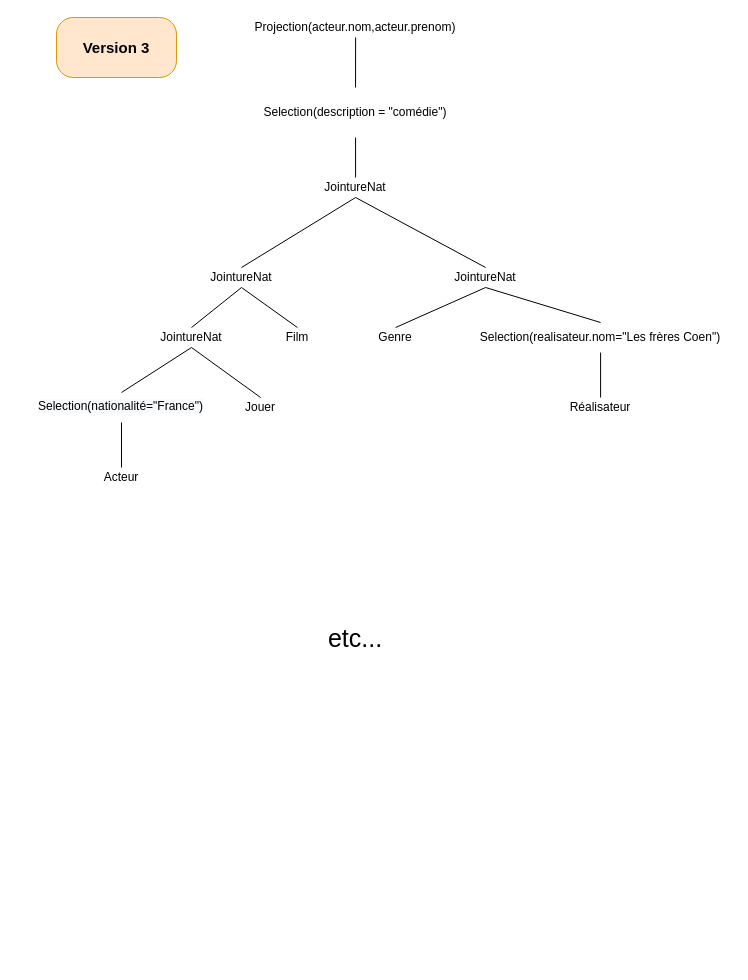
Earlier version of the draw.io diagram page "EX4_p2" (6 of 6) of HMIN122M/td/td2/td2.drawio (DocAmaroo/M1Aigle). Source tidied: cells renumbered, new cells numbered last; positions are measured from the earlier drawing's top-left corner, leaving out a move shared by most shapes. Both pictures are drawn from the tidied source at 100%, with x=0, y=0 at pixel (36, 17).
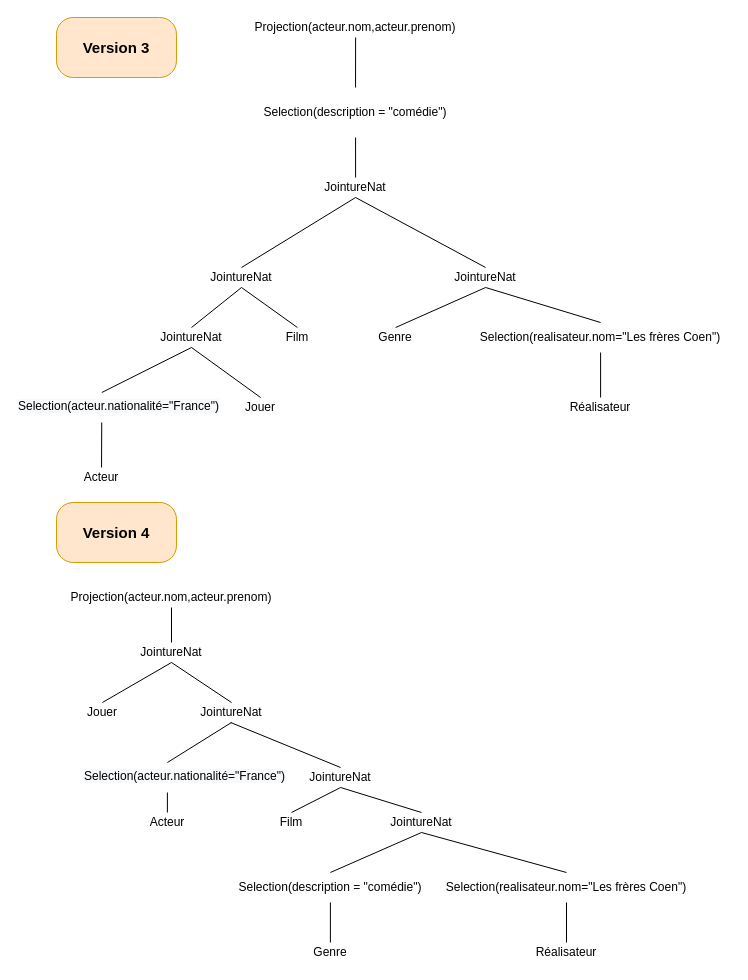
The same page after the edit.

The change refers to these unchanged cells:
```xml
<mxCell id="18" value="JointureNat" style="text;html=1;strokeColor=none;fillColor=none;align=center;verticalAlign=middle;whiteSpace=wrap;rounded=0;" parent="1" vertex="1">
  <mxGeometry x="110" y="310" width="90" height="20" as="geometry" />
</mxCell>
```

What changed in the source:
```diff
@@
-    <mxCell id="17" style="edgeStyle=none;rounded=1;jettySize=auto;html=1;exitX=0.5;exitY=1;exitDx=0;exitDy=0;entryX=0.5;entryY=0;entryDx=0;entryDy=0;endArrow=none;endFill=0;fontSize=12;" parent="1" edge="1" source="18" target="24">
-      <mxGeometry relative="1" as="geometry" />
-    </mxCell>
+    <mxCell id="29" style="edgeStyle=none;rounded=1;jettySize=auto;html=1;exitX=0.5;exitY=1;exitDx=0;exitDy=0;entryX=0.5;entryY=0;entryDx=0;entryDy=0;endArrow=none;endFill=0;fontSize=12;" parent="1" edge="1" source="18" target="30">
+      <mxGeometry relative="1" as="geometry" />
+    </mxCell>
@@
-    <mxCell id="24" value="&lt;span style=&quot;color: rgb(0 , 0 , 0) ; font-family: &amp;#34;helvetica&amp;#34; ; font-size: 12px ; font-style: normal ; font-weight: 400 ; letter-spacing: normal ; text-align: center ; text-indent: 0px ; text-transform: none ; word-spacing: 0px ; background-color: rgb(248 , 249 , 250) ; display: inline ; float: none&quot;&gt;Selection(nationalité=&quot;France&quot;)&lt;/span&gt;" style="text;whiteSpace=wrap;html=1;fontSize=12;" parent="1" vertex="1">
-      <mxGeometry y="375" width="170" height="30" as="geometry" />
-    </mxCell>
-    <mxCell id="25" style="edgeStyle=none;rounded=1;jettySize=auto;html=1;endArrow=none;endFill=0;fontSize=12;" parent="1" edge="1" source="26" target="24">
-      <mxGeometry relative="1" as="geometry" />
-    </mxCell>
-    <mxCell id="26" value="Acteur" style="text;html=1;strokeColor=none;fillColor=none;align=center;verticalAlign=middle;whiteSpace=wrap;rounded=0;" parent="1" vertex="1">
-      <mxGeometry x="40" y="450" width="90" height="20" as="geometry" />
-    </mxCell>
-    <mxCell id="27" value="&lt;font style=&quot;font-size: 25px&quot;&gt;etc...&lt;/font&gt;" style="text;html=1;strokeColor=none;fillColor=none;align=center;verticalAlign=middle;whiteSpace=wrap;rounded=0;fontSize=12;" parent="1" vertex="1">
-      <mxGeometry x="299.1" y="610" width="40" height="20" as="geometry" />
-    </mxCell>
+    <mxCell id="30" value="&lt;span style=&quot;color: rgb(0 , 0 , 0) ; font-family: &amp;#34;helvetica&amp;#34; ; font-size: 12px ; font-style: normal ; font-weight: 400 ; letter-spacing: normal ; text-align: center ; text-indent: 0px ; text-transform: none ; word-spacing: 0px ; background-color: rgb(248 , 249 , 250) ; display: inline ; float: none&quot;&gt;Selection(acteur.nationalité=&quot;France&quot;)&lt;/span&gt;" style="text;whiteSpace=wrap;html=1;fontSize=12;" parent="1" vertex="1">
+      <mxGeometry x="-19.7" y="375" width="170" height="30" as="geometry" />
+    </mxCell>
+    <mxCell id="31" style="edgeStyle=none;rounded=1;jettySize=auto;html=1;endArrow=none;endFill=0;fontSize=12;" parent="1" edge="1" source="32" target="30">
+      <mxGeometry relative="1" as="geometry" />
+    </mxCell>
+    <mxCell id="32" value="Acteur" style="text;html=1;strokeColor=none;fillColor=none;align=center;verticalAlign=middle;whiteSpace=wrap;rounded=0;" parent="1" vertex="1">
+      <mxGeometry x="20" y="450" width="90" height="20" as="geometry" />
+    </mxCell>
@@
+    <mxCell id="33" value="Version 4" style="rounded=1;whiteSpace=wrap;html=1;fontFamily=Helvetica;fontSize=15;fillColor=#ffe6cc;strokeColor=#d79b00;fontStyle=1;arcSize=28;" parent="1" vertex="1">
+      <mxGeometry x="20" y="485" width="120" height="60" as="geometry" />
+    </mxCell>
+    <mxCell id="34" value="Projection(acteur.nom,acteur.prenom)" style="text;html=1;strokeColor=none;fillColor=none;align=center;verticalAlign=middle;whiteSpace=wrap;rounded=0;" parent="1" vertex="1">
+      <mxGeometry x="20" y="570" width="230" height="20" as="geometry" />
+    </mxCell>
+    <mxCell id="35" style="edgeStyle=none;rounded=0;jettySize=auto;html=1;exitX=0.5;exitY=1;exitDx=0;exitDy=0;endArrow=none;endFill=0;entryX=0.5;entryY=0;entryDx=0;entryDy=0;" parent="1" edge="1" source="34" target="36">
+      <mxGeometry relative="1" as="geometry" />
+    </mxCell>
+    <mxCell id="36" value="JointureNat" style="text;html=1;strokeColor=none;fillColor=none;align=center;verticalAlign=middle;whiteSpace=wrap;rounded=0;" parent="1" vertex="1">
+      <mxGeometry x="90" y="625" width="90" height="20" as="geometry" />
+    </mxCell>
+    <mxCell id="37" value="Jouer" style="text;html=1;strokeColor=none;fillColor=none;align=center;verticalAlign=middle;whiteSpace=wrap;rounded=0;fontSize=12;" parent="1" vertex="1">
+      <mxGeometry x="45.9" y="685" width="40" height="20" as="geometry" />
+    </mxCell>
+    <mxCell id="38" value="JointureNat" style="text;html=1;strokeColor=none;fillColor=none;align=center;verticalAlign=middle;whiteSpace=wrap;rounded=0;" parent="1" vertex="1">
+      <mxGeometry x="150" y="685" width="90" height="20" as="geometry" />
+    </mxCell>
+    <mxCell id="39" value="&lt;span style=&quot;color: rgb(0 , 0 , 0) ; font-family: &amp;#34;helvetica&amp;#34; ; font-size: 12px ; font-style: normal ; font-weight: 400 ; letter-spacing: normal ; text-align: center ; text-indent: 0px ; text-transform: none ; word-spacing: 0px ; background-color: rgb(248 , 249 , 250) ; display: inline ; float: none&quot;&gt;Selection(acteur.nationalité=&quot;France&quot;)&lt;/span&gt;" style="text;whiteSpace=wrap;html=1;fontSize=12;" parent="1" vertex="1">
+      <mxGeometry x="45.9" y="745" width="170" height="30" as="geometry" />
+    </mxCell>
+    <mxCell id="40" style="edgeStyle=orthogonalEdgeStyle;rounded=0;orthogonalLoop=1;jettySize=auto;html=1;exitX=0.5;exitY=1;exitDx=0;exitDy=0;" parent="1" edge="1" source="38" target="38">
+      <mxGeometry relative="1" as="geometry" />
+    </mxCell>
+    <mxCell id="41" style="edgeStyle=none;rounded=1;jettySize=auto;html=1;exitX=0.5;exitY=1;exitDx=0;exitDy=0;entryX=0.5;entryY=0;entryDx=0;entryDy=0;endArrow=none;endFill=0;fontSize=12;" parent="1" edge="1" source="36" target="37">
+      <mxGeometry relative="1" as="geometry" />
+    </mxCell>
+    <mxCell id="42" style="edgeStyle=none;rounded=1;jettySize=auto;html=1;exitX=0.5;exitY=1;exitDx=0;exitDy=0;entryX=0.5;entryY=0;entryDx=0;entryDy=0;endArrow=none;endFill=0;fontSize=12;" parent="1" edge="1" source="36" target="38">
+      <mxGeometry relative="1" as="geometry" />
+    </mxCell>
+    <mxCell id="43" style="edgeStyle=none;rounded=1;jettySize=auto;html=1;exitX=0.5;exitY=1;exitDx=0;exitDy=0;endArrow=none;endFill=0;fontSize=12;entryX=0.5;entryY=0;entryDx=0;entryDy=0;" parent="1" edge="1" source="38" target="39">
+      <mxGeometry relative="1" as="geometry" />
+    </mxCell>
+    <mxCell id="44" value="Acteur" style="text;html=1;strokeColor=none;fillColor=none;align=center;verticalAlign=middle;whiteSpace=wrap;rounded=0;" parent="1" vertex="1">
+      <mxGeometry x="85.9" y="795" width="90" height="20" as="geometry" />
+    </mxCell>
+    <mxCell id="45" style="edgeStyle=none;rounded=0;jettySize=auto;html=1;exitX=0.5;exitY=1;exitDx=0;exitDy=0;endArrow=none;endFill=0;entryX=0.5;entryY=0;entryDx=0;entryDy=0;" parent="1" edge="1" source="39" target="44">
+      <mxGeometry relative="1" as="geometry" />
+    </mxCell>
+    <mxCell id="46" style="edgeStyle=none;rounded=1;jettySize=auto;html=1;exitX=0.5;exitY=1;exitDx=0;exitDy=0;entryX=0.5;entryY=0;entryDx=0;entryDy=0;endArrow=none;endFill=0;fontSize=12;" parent="1" edge="1" target="47">
+      <mxGeometry relative="1" as="geometry">
+        <mxPoint x="194.1" y="705" as="sourcePoint" />
+      </mxGeometry>
+    </mxCell>
+    <mxCell id="47" value="JointureNat" style="text;html=1;strokeColor=none;fillColor=none;align=center;verticalAlign=middle;whiteSpace=wrap;rounded=0;" parent="1" vertex="1">
+      <mxGeometry x="259.1" y="750" width="90" height="20" as="geometry" />
+    </mxCell>
+    <mxCell id="48" value="Film" style="text;html=1;strokeColor=none;fillColor=none;align=center;verticalAlign=middle;whiteSpace=wrap;rounded=0;" parent="1" vertex="1">
+      <mxGeometry x="210" y="795" width="90" height="20" as="geometry" />
+    </mxCell>
+    <mxCell id="49" style="edgeStyle=none;rounded=1;jettySize=auto;html=1;exitX=0.5;exitY=1;exitDx=0;exitDy=0;endArrow=none;endFill=0;fontSize=12;entryX=0.5;entryY=0;entryDx=0;entryDy=0;" parent="1" edge="1" source="47" target="48">
+      <mxGeometry relative="1" as="geometry" />
+    </mxCell>
+    <mxCell id="50" value="JointureNat" style="text;html=1;strokeColor=none;fillColor=none;align=center;verticalAlign=middle;whiteSpace=wrap;rounded=0;" parent="1" vertex="1">
+      <mxGeometry x="340" y="795" width="90" height="20" as="geometry" />
+    </mxCell>
+    <mxCell id="51" style="edgeStyle=none;rounded=1;jettySize=auto;html=1;exitX=0.5;exitY=0;exitDx=0;exitDy=0;entryX=0.5;entryY=1;entryDx=0;entryDy=0;endArrow=none;endFill=0;fontSize=12;" parent="1" edge="1" source="50" target="47">
+      <mxGeometry relative="1" as="geometry" />
+    </mxCell>
+    <mxCell id="52" value="Selection(realisateur.nom=&quot;Les frères Coen&quot;)" style="text;html=1;strokeColor=none;fillColor=none;align=center;verticalAlign=middle;whiteSpace=wrap;rounded=0;" parent="1" vertex="1">
+      <mxGeometry x="400" y="855" width="260" height="30" as="geometry" />
+    </mxCell>
+    <mxCell id="53" value="Réalisateur" style="text;html=1;strokeColor=none;fillColor=none;align=center;verticalAlign=middle;whiteSpace=wrap;rounded=0;" parent="1" vertex="1">
+      <mxGeometry x="485" y="925" width="90" height="20" as="geometry" />
+    </mxCell>
+    <mxCell id="54" value="Selection(description = &quot;comédie&quot;)" style="text;html=1;strokeColor=none;fillColor=none;align=center;verticalAlign=middle;whiteSpace=wrap;rounded=0;" parent="1" vertex="1">
+      <mxGeometry x="190" y="855" width="207.8" height="30" as="geometry" />
+    </mxCell>
+    <mxCell id="55" value="Genre" style="text;html=1;strokeColor=none;fillColor=none;align=center;verticalAlign=middle;whiteSpace=wrap;rounded=0;" parent="1" vertex="1">
+      <mxGeometry x="248.9" y="925" width="90" height="20" as="geometry" />
+    </mxCell>
+    <mxCell id="56" style="edgeStyle=none;rounded=1;jettySize=auto;html=1;exitX=0.5;exitY=1;exitDx=0;exitDy=0;entryX=0.5;entryY=0;entryDx=0;entryDy=0;endArrow=none;endFill=0;fontSize=12;" parent="1" edge="1" source="50" target="52">
+      <mxGeometry relative="1" as="geometry" />
+    </mxCell>
+    <mxCell id="57" style="edgeStyle=none;rounded=1;jettySize=auto;html=1;exitX=0.5;exitY=1;exitDx=0;exitDy=0;endArrow=none;endFill=0;fontSize=12;" parent="1" edge="1" source="52" target="53">
+      <mxGeometry relative="1" as="geometry" />
+    </mxCell>
+    <mxCell id="58" style="edgeStyle=none;rounded=1;jettySize=auto;html=1;exitX=0.5;exitY=1;exitDx=0;exitDy=0;entryX=0.5;entryY=0;entryDx=0;entryDy=0;endArrow=none;endFill=0;fontSize=12;" parent="1" edge="1" source="54" target="55">
+      <mxGeometry relative="1" as="geometry" />
+    </mxCell>
+    <mxCell id="59" style="edgeStyle=none;rounded=1;jettySize=auto;html=1;exitX=0.5;exitY=1;exitDx=0;exitDy=0;entryX=0.5;entryY=0;entryDx=0;entryDy=0;endArrow=none;endFill=0;fontSize=12;" parent="1" edge="1" source="50" target="54">
+      <mxGeometry relative="1" as="geometry" />
+    </mxCell>
```
